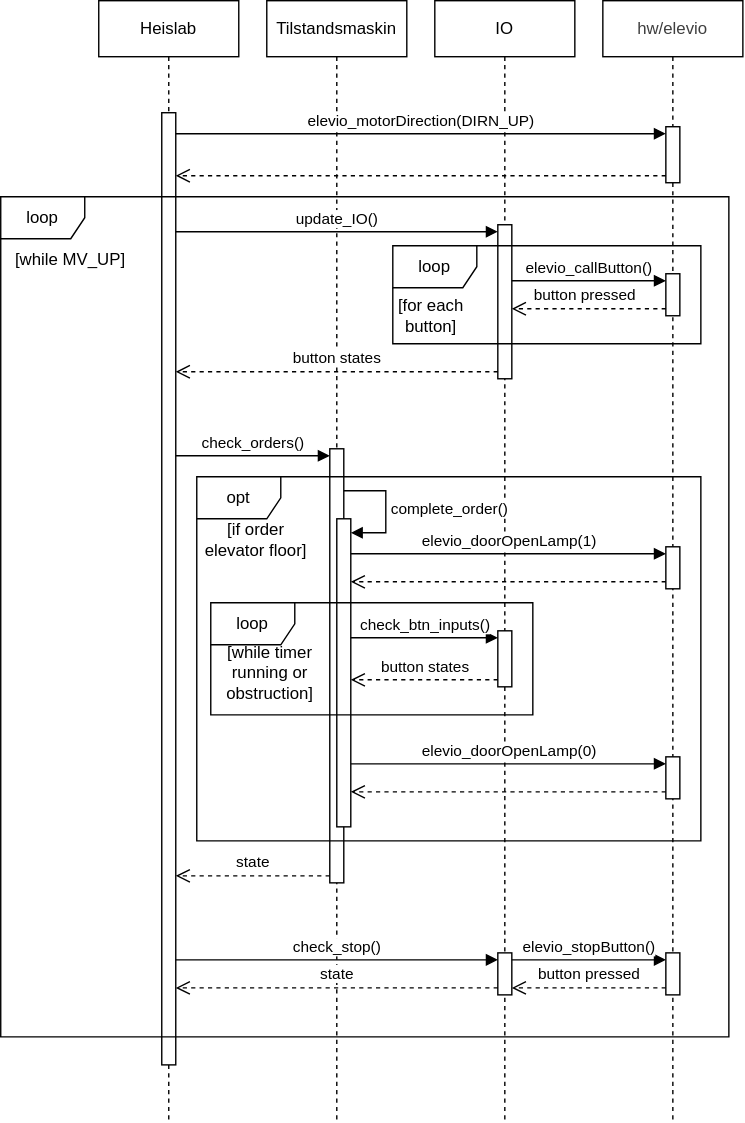
This is Rapport/media/sekvens_diagram_bestilling_over.svg from Wiacer/Heislab, a draw.io export, as it was before one commit. Source tidied: cells renumbered, new cells last; positions are measured from the earlier drawing's top-left corner, leaving out a move shared by most shapes.
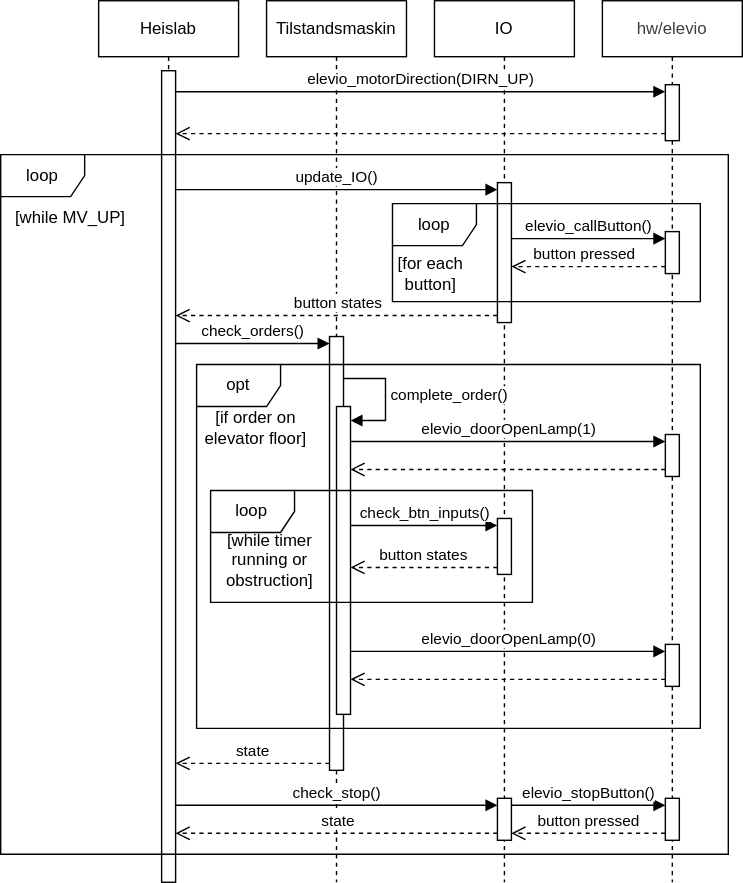
The same file after the commit.

Diff of the diagram source:
```diff
@@ -3,60 +3,96 @@
     <mxCell id="0" />
     <mxCell id="1" parent="0" />
     <mxCell id="2" value="Heislab" style="shape=umlLifeline;perimeter=lifelinePerimeter;whiteSpace=wrap;html=1;newEdgeStyle={&quot;curved&quot;:0,&quot;rounded&quot;:0};" parent="1" vertex="1">
-      <mxGeometry x="70" width="100" height="800" as="geometry" />
+      <mxGeometry x="70" width="100" height="630" as="geometry" />
     </mxCell>
     <mxCell id="3" style="html=1;points=[[0,0,0,0,5],[0,1,0,0,-5],[1,0,0,0,5],[1,1,0,0,-5]];perimeter=orthogonalPerimeter;outlineConnect=0;targetShapes=umlLifeline;portConstraint=eastwest;newEdgeStyle={&quot;curved&quot;:0,&quot;rounded&quot;:0};" parent="2" vertex="1">
-      <mxGeometry x="45" y="80" width="10" height="680" as="geometry" />
+      <mxGeometry x="45" y="50" width="10" height="580" as="geometry" />
     </mxCell>
     <mxCell id="4" value="Tilstandsmaskin" style="shape=umlLifeline;perimeter=lifelinePerimeter;whiteSpace=wrap;html=1;newEdgeStyle={&quot;curved&quot;:0,&quot;rounded&quot;:0};" parent="1" vertex="1">
-      <mxGeometry x="190" width="100" height="800" as="geometry" />
+      <mxGeometry x="190" width="100" height="630" as="geometry" />
     </mxCell>
     <mxCell id="5" style="html=1;points=[[0,0,0,0,5],[0,1,0,0,-5],[1,0,0,0,5],[1,1,0,0,-5]];perimeter=orthogonalPerimeter;outlineConnect=0;targetShapes=umlLifeline;portConstraint=eastwest;newEdgeStyle={&quot;curved&quot;:0,&quot;rounded&quot;:0};" parent="4" vertex="1">
-      <mxGeometry x="45" y="320" width="10" height="310" as="geometry" />
+      <mxGeometry x="45" y="240" width="10" height="310" as="geometry" />
     </mxCell>
     <mxCell id="6" value="check_orders()" style="html=1;verticalAlign=bottom;endArrow=block;curved=0;rounded=0;entryX=0;entryY=0;entryDx=0;entryDy=5;" parent="4" edge="1" target="5">
       <mxGeometry relative="1" as="geometry">
-        <mxPoint x="-65" y="325" as="sourcePoint" />
+        <mxPoint x="-65" y="245" as="sourcePoint" />
       </mxGeometry>
     </mxCell>
     <mxCell id="7" value="IO" style="shape=umlLifeline;perimeter=lifelinePerimeter;whiteSpace=wrap;html=1;newEdgeStyle={&quot;curved&quot;:0,&quot;rounded&quot;:0};" parent="1" vertex="1">
-      <mxGeometry x="310" width="100" height="800" as="geometry" />
+      <mxGeometry x="310" width="100" height="630" as="geometry" />
     </mxCell>
     <mxCell id="8" style="html=1;points=[[0,0,0,0,5],[0,1,0,0,-5],[1,0,0,0,5],[1,1,0,0,-5]];perimeter=orthogonalPerimeter;outlineConnect=0;targetShapes=umlLifeline;portConstraint=eastwest;newEdgeStyle={&quot;curved&quot;:0,&quot;rounded&quot;:0};" parent="7" vertex="1">
-      <mxGeometry x="45" y="450" width="10" height="40" as="geometry" />
+      <mxGeometry x="45" y="370" width="10" height="40" as="geometry" />
     </mxCell>
     <mxCell id="9" value="&lt;span style=&quot;color: rgb(63, 63, 63); scrollbar-color: rgb(226, 226, 226) rgb(251, 251, 251);&quot;&gt;hw/elevio&lt;/span&gt;" style="shape=umlLifeline;perimeter=lifelinePerimeter;whiteSpace=wrap;html=1;newEdgeStyle={&quot;curved&quot;:0,&quot;rounded&quot;:0};" parent="1" vertex="1">
-      <mxGeometry x="430" width="100" height="800" as="geometry" />
+      <mxGeometry x="430" width="100" height="630" as="geometry" />
     </mxCell>
     <mxCell id="10" style="html=1;points=[[0,0,0,0,5],[0,1,0,0,-5],[1,0,0,0,5],[1,1,0,0,-5]];perimeter=orthogonalPerimeter;outlineConnect=0;targetShapes=umlLifeline;portConstraint=eastwest;newEdgeStyle={&quot;curved&quot;:0,&quot;rounded&quot;:0};" parent="9" vertex="1">
-      <mxGeometry x="45" y="90" width="10" height="40" as="geometry" />
+      <mxGeometry x="45" y="60" width="10" height="40" as="geometry" />
     </mxCell>
     <mxCell id="11" style="html=1;verticalAlign=bottom;endArrow=open;dashed=1;endSize=8;curved=0;rounded=0;exitX=0;exitY=1;exitDx=0;exitDy=-5;" parent="9" edge="1" source="10">
       <mxGeometry relative="1" as="geometry">
-        <mxPoint x="-305" y="125" as="targetPoint" />
+        <mxPoint x="-305" y="95" as="targetPoint" />
       </mxGeometry>
     </mxCell>
     <mxCell id="12" value="elevio_motorDirection(DIRN_UP)" style="html=1;verticalAlign=bottom;endArrow=block;curved=0;rounded=0;entryX=0;entryY=0;entryDx=0;entryDy=5;" parent="9" edge="1" target="10">
       <mxGeometry relative="1" as="geometry">
-        <mxPoint x="-305" y="95" as="sourcePoint" />
+        <mxPoint x="-305" y="65" as="sourcePoint" />
       </mxGeometry>
     </mxCell>
     <mxCell id="13" style="html=1;points=[[0,0,0,0,5],[0,1,0,0,-5],[1,0,0,0,5],[1,1,0,0,-5]];perimeter=orthogonalPerimeter;outlineConnect=0;targetShapes=umlLifeline;portConstraint=eastwest;newEdgeStyle={&quot;curved&quot;:0,&quot;rounded&quot;:0};" parent="9" vertex="1">
-      <mxGeometry x="45" y="540" width="10" height="30" as="geometry" />
+      <mxGeometry x="45" y="460" width="10" height="30" as="geometry" />
     </mxCell>
+    <mxCell id="35" style="html=1;points=[[0,0,0,0,5],[0,1,0,0,-5],[1,0,0,0,5],[1,1,0,0,-5]];perimeter=orthogonalPerimeter;outlineConnect=0;targetShapes=umlLifeline;portConstraint=eastwest;newEdgeStyle={&quot;curved&quot;:0,&quot;rounded&quot;:0};" parent="9" vertex="1">
+      <mxGeometry x="-75" y="570" width="10" height="30" as="geometry" />
+    </mxCell>
+    <mxCell id="36" value="check_stop()" style="html=1;verticalAlign=bottom;endArrow=block;curved=0;rounded=0;entryX=0;entryY=0;entryDx=0;entryDy=5;" parent="9" edge="1" target="35">
+      <mxGeometry relative="1" as="geometry">
+        <mxPoint x="-305" y="575" as="sourcePoint" />
+      </mxGeometry>
+    </mxCell>
+    <mxCell id="37" style="html=1;verticalAlign=bottom;endArrow=open;dashed=1;endSize=8;curved=0;rounded=0;exitX=0;exitY=1;exitDx=0;exitDy=-5;" parent="9" edge="1" source="35">
+      <mxGeometry relative="1" as="geometry">
+        <mxPoint x="-305" y="595" as="targetPoint" />
+      </mxGeometry>
+    </mxCell>
+    <mxCell id="38" value="state" style="edgeLabel;html=1;align=center;verticalAlign=middle;" parent="37" vertex="1">
+      <mxGeometry x="-0.66" y="-1" relative="1" as="geometry">
+        <mxPoint x="-76" y="-9" as="offset" />
+      </mxGeometry>
+    </mxCell>
+    <mxCell id="39" value="elevio_stopButton()" style="html=1;verticalAlign=bottom;endArrow=block;curved=0;rounded=0;entryX=0;entryY=0;entryDx=0;entryDy=5;exitX=1;exitY=0;exitDx=0;exitDy=5;exitPerimeter=0;" parent="9" edge="1">
+      <mxGeometry relative="1" as="geometry">
+        <mxPoint x="-65" y="575" as="sourcePoint" />
+        <mxPoint x="45" y="575" as="targetPoint" />
+      </mxGeometry>
+    </mxCell>
+    <mxCell id="40" style="html=1;verticalAlign=bottom;endArrow=open;dashed=1;endSize=8;curved=0;rounded=0;exitX=0;exitY=1;exitDx=0;exitDy=-5;entryX=1;entryY=1;entryDx=0;entryDy=-5;entryPerimeter=0;" parent="9" edge="1">
+      <mxGeometry relative="1" as="geometry">
+        <mxPoint x="45" y="595" as="sourcePoint" />
+        <mxPoint x="-65" y="595" as="targetPoint" />
+      </mxGeometry>
+    </mxCell>
+    <mxCell id="41" value="button pressed" style="edgeLabel;html=1;align=center;verticalAlign=middle;" parent="40" vertex="1">
+      <mxGeometry x="0.13" y="-2" relative="1" as="geometry">
+        <mxPoint x="7" y="-8" as="offset" />
+      </mxGeometry>
+    </mxCell>
+    <mxCell id="42" style="html=1;perimeter=orthogonalPerimeter;targetShapes=umlLifeline;newEdgeStyle={&quot;curved&quot;:0,&quot;rounded&quot;:0};" parent="9" vertex="1">
+      <mxGeometry x="45" y="570" width="10" height="30" as="geometry" />
+    </mxCell>
     <mxCell id="14" style="html=1;points=[[0,0,0,0,5],[0,1,0,0,-5],[1,0,0,0,5],[1,1,0,0,-5]];perimeter=orthogonalPerimeter;outlineConnect=0;targetShapes=umlLifeline;portConstraint=eastwest;newEdgeStyle={&quot;curved&quot;:0,&quot;rounded&quot;:0};" parent="1" vertex="1">
-      <mxGeometry x="355" y="160" width="10" height="110" as="geometry" />
+      <mxGeometry x="355" y="130" width="10" height="100" as="geometry" />
     </mxCell>
     <mxCell id="15" value="loop" style="shape=umlFrame;whiteSpace=wrap;html=1;" parent="1" vertex="1">
-      <mxGeometry y="140" width="520" height="600" as="geometry" />
+      <mxGeometry y="110" width="520" height="500" as="geometry" />
     </mxCell>
     <mxCell id="16" value="[while MV_UP]" style="text;html=1;align=center;verticalAlign=middle;whiteSpace=wrap;rounded=0;" parent="1" vertex="1">
-      <mxGeometry y="170" width="100" height="30" as="geometry" />
+      <mxGeometry y="140" width="100" height="30" as="geometry" />
     </mxCell>
-    <mxCell id="17" style="html=1;verticalAlign=bottom;endArrow=open;dashed=1;endSize=8;curved=0;rounded=0;exitX=0;exitY=1;exitDx=0;exitDy=-5;" parent="1" edge="1" source="14">
-      <mxGeometry relative="1" as="geometry">
-        <mxPoint x="125" y="265" as="targetPoint" />
-      </mxGeometry>
+    <mxCell id="17" style="html=1;verticalAlign=bottom;endArrow=open;dashed=1;endSize=8;curved=0;rounded=0;exitX=0;exitY=1;exitDx=0;exitDy=-5;" parent="1" edge="1" source="14" target="3">
+      <mxGeometry relative="1" as="geometry" />
     </mxCell>
     <mxCell id="18" value="button states" style="edgeLabel;html=1;align=center;verticalAlign=middle;" parent="17" vertex="1">
       <mxGeometry x="-0.19" y="-2" relative="1" as="geometry">
@@ -65,11 +101,11 @@
     </mxCell>
     <mxCell id="19" value="update_IO()" style="html=1;verticalAlign=bottom;endArrow=block;curved=0;rounded=0;entryX=0;entryY=0;entryDx=0;entryDy=5;" parent="1" edge="1" target="14">
       <mxGeometry relative="1" as="geometry">
-        <mxPoint x="125" y="165" as="sourcePoint" />
+        <mxPoint x="125" y="135" as="sourcePoint" />
       </mxGeometry>
     </mxCell>
     <mxCell id="20" style="html=1;points=[[0,0,0,0,5],[0,1,0,0,-5],[1,0,0,0,5],[1,1,0,0,-5]];perimeter=orthogonalPerimeter;outlineConnect=0;targetShapes=umlLifeline;portConstraint=eastwest;newEdgeStyle={&quot;curved&quot;:0,&quot;rounded&quot;:0};" parent="1" vertex="1">
-      <mxGeometry x="475" y="195" width="10" height="30" as="geometry" />
+      <mxGeometry x="475" y="165" width="10" height="30" as="geometry" />
     </mxCell>
     <mxCell id="21" value="elevio_callButton()" style="html=1;verticalAlign=bottom;endArrow=block;curved=0;rounded=0;entryX=0;entryY=0;entryDx=0;entryDy=5;" parent="1" edge="1" source="14" target="20">
       <mxGeometry relative="1" as="geometry" />
@@ -83,13 +119,15 @@
       </mxGeometry>
     </mxCell>
     <mxCell id="24" value="loop" style="shape=umlFrame;whiteSpace=wrap;html=1;" parent="1" vertex="1">
-      <mxGeometry x="280" y="175" width="220" height="70" as="geometry" />
+      <mxGeometry x="280" y="145" width="220" height="70" as="geometry" />
     </mxCell>
     <mxCell id="25" value="[for each&lt;div&gt;button]&lt;/div&gt;" style="text;html=1;align=center;verticalAlign=middle;whiteSpace=wrap;rounded=0;" parent="1" vertex="1">
-      <mxGeometry x="280" y="210" width="55" height="30" as="geometry" />
+      <mxGeometry x="280" y="180" width="55" height="30" as="geometry" />
     </mxCell>
-    <mxCell id="26" style="html=1;verticalAlign=bottom;endArrow=open;dashed=1;endSize=8;curved=0;rounded=0;exitX=0;exitY=1;exitDx=0;exitDy=-5;" parent="1" edge="1" source="5" target="3">
-      <mxGeometry relative="1" as="geometry" />
+    <mxCell id="26" style="html=1;verticalAlign=bottom;endArrow=open;dashed=1;endSize=8;curved=0;rounded=0;exitX=0;exitY=1;exitDx=0;exitDy=-5;" parent="1" edge="1" source="5">
+      <mxGeometry relative="1" as="geometry">
+        <mxPoint x="125" y="545" as="targetPoint" />
+      </mxGeometry>
     </mxCell>
     <mxCell id="27" value="state" style="edgeLabel;html=1;align=center;verticalAlign=middle;" parent="26" vertex="1">
       <mxGeometry x="0.04" y="1" relative="1" as="geometry">
@@ -97,24 +135,24 @@
       </mxGeometry>
     </mxCell>
     <mxCell id="28" value="opt" style="shape=umlFrame;whiteSpace=wrap;html=1;" parent="1" vertex="1">
-      <mxGeometry x="140" y="340" width="360" height="260" as="geometry" />
+      <mxGeometry x="140" y="260" width="360" height="260" as="geometry" />
     </mxCell>
-    <mxCell id="29" value="[if order elevator floor]" style="text;html=1;align=center;verticalAlign=middle;whiteSpace=wrap;rounded=0;" parent="1" vertex="1">
-      <mxGeometry x="140" y="370" width="85" height="30" as="geometry" />
+    <mxCell id="29" value="[if order on elevator floor]" style="text;html=1;align=center;verticalAlign=middle;whiteSpace=wrap;rounded=0;" parent="1" vertex="1">
+      <mxGeometry x="140" y="290" width="85" height="30" as="geometry" />
     </mxCell>
     <mxCell id="30" style="html=1;points=[[0,0,0,0,5],[0,1,0,0,-5],[1,0,0,0,5],[1,1,0,0,-5]];perimeter=orthogonalPerimeter;outlineConnect=0;targetShapes=umlLifeline;portConstraint=eastwest;newEdgeStyle={&quot;curved&quot;:0,&quot;rounded&quot;:0};" parent="1" vertex="1">
-      <mxGeometry x="240" y="370" width="10" height="220" as="geometry" />
+      <mxGeometry x="240" y="290" width="10" height="220" as="geometry" />
     </mxCell>
     <mxCell id="31" value="complete_order()" style="html=1;align=left;spacingLeft=2;endArrow=block;rounded=0;edgeStyle=orthogonalEdgeStyle;curved=0;rounded=0;" parent="1" edge="1" target="30">
       <mxGeometry relative="1" as="geometry">
-        <mxPoint x="245" y="350" as="sourcePoint" />
+        <mxPoint x="245" y="270" as="sourcePoint" />
         <Array as="points">
-          <mxPoint x="275" y="380" />
+          <mxPoint x="275" y="300" />
         </Array>
       </mxGeometry>
     </mxCell>
     <mxCell id="32" style="html=1;points=[[0,0,0,0,5],[0,1,0,0,-5],[1,0,0,0,5],[1,1,0,0,-5]];perimeter=orthogonalPerimeter;outlineConnect=0;targetShapes=umlLifeline;portConstraint=eastwest;newEdgeStyle={&quot;curved&quot;:0,&quot;rounded&quot;:0};" parent="1" vertex="1">
-      <mxGeometry x="475" y="390" width="10" height="30" as="geometry" />
+      <mxGeometry x="475" y="310" width="10" height="30" as="geometry" />
     </mxCell>
     <mxCell id="33" value="&lt;span style=&quot;color: rgb(0, 0, 0);&quot;&gt;elevio_doorOpenLamp(1)&lt;/span&gt;" style="html=1;verticalAlign=bottom;endArrow=block;curved=0;rounded=0;entryX=0;entryY=0;entryDx=0;entryDy=5;" parent="1" edge="1" source="30" target="32">
       <mxGeometry relative="1" as="geometry" />
@@ -122,44 +160,6 @@
     <mxCell id="34" style="html=1;verticalAlign=bottom;endArrow=open;dashed=1;endSize=8;curved=0;rounded=0;exitX=0;exitY=1;exitDx=0;exitDy=-5;" parent="1" edge="1" source="32" target="30">
       <mxGeometry relative="1" as="geometry" />
     </mxCell>
-    <mxCell id="35" style="html=1;points=[[0,0,0,0,5],[0,1,0,0,-5],[1,0,0,0,5],[1,1,0,0,-5]];perimeter=orthogonalPerimeter;outlineConnect=0;targetShapes=umlLifeline;portConstraint=eastwest;newEdgeStyle={&quot;curved&quot;:0,&quot;rounded&quot;:0};" parent="1" vertex="1">
-      <mxGeometry x="355" y="680" width="10" height="30" as="geometry" />
-    </mxCell>
-    <mxCell id="36" value="check_stop()" style="html=1;verticalAlign=bottom;endArrow=block;curved=0;rounded=0;entryX=0;entryY=0;entryDx=0;entryDy=5;" parent="1" edge="1" target="35">
-      <mxGeometry relative="1" as="geometry">
-        <mxPoint x="125" y="685" as="sourcePoint" />
-      </mxGeometry>
-    </mxCell>
-    <mxCell id="37" style="html=1;verticalAlign=bottom;endArrow=open;dashed=1;endSize=8;curved=0;rounded=0;exitX=0;exitY=1;exitDx=0;exitDy=-5;" parent="1" edge="1" source="35">
-      <mxGeometry relative="1" as="geometry">
-        <mxPoint x="125" y="705" as="targetPoint" />
-      </mxGeometry>
-    </mxCell>
-    <mxCell id="38" value="state" style="edgeLabel;html=1;align=center;verticalAlign=middle;" parent="37" vertex="1">
-      <mxGeometry x="-0.66" y="-1" relative="1" as="geometry">
-        <mxPoint x="-76" y="-9" as="offset" />
-      </mxGeometry>
-    </mxCell>
-    <mxCell id="39" value="elevio_stopButton()" style="html=1;verticalAlign=bottom;endArrow=block;curved=0;rounded=0;entryX=0;entryY=0;entryDx=0;entryDy=5;exitX=1;exitY=0;exitDx=0;exitDy=5;exitPerimeter=0;" parent="1" edge="1">
-      <mxGeometry relative="1" as="geometry">
-        <mxPoint x="365" y="685" as="sourcePoint" />
-        <mxPoint x="475" y="685" as="targetPoint" />
-      </mxGeometry>
-    </mxCell>
-    <mxCell id="40" style="html=1;verticalAlign=bottom;endArrow=open;dashed=1;endSize=8;curved=0;rounded=0;exitX=0;exitY=1;exitDx=0;exitDy=-5;entryX=1;entryY=1;entryDx=0;entryDy=-5;entryPerimeter=0;" parent="1" edge="1">
-      <mxGeometry relative="1" as="geometry">
-        <mxPoint x="475" y="705" as="sourcePoint" />
-        <mxPoint x="365" y="705" as="targetPoint" />
-      </mxGeometry>
-    </mxCell>
-    <mxCell id="41" value="button pressed" style="edgeLabel;html=1;align=center;verticalAlign=middle;" parent="40" vertex="1">
-      <mxGeometry x="0.13" y="-2" relative="1" as="geometry">
-        <mxPoint x="7" y="-8" as="offset" />
-      </mxGeometry>
-    </mxCell>
-    <mxCell id="42" style="html=1;perimeter=orthogonalPerimeter;targetShapes=umlLifeline;newEdgeStyle={&quot;curved&quot;:0,&quot;rounded&quot;:0};" parent="1" vertex="1">
-      <mxGeometry x="475" y="680" width="10" height="30" as="geometry" />
-    </mxCell>
     <mxCell id="43" style="html=1;verticalAlign=bottom;endArrow=open;dashed=1;endSize=8;curved=0;rounded=0;exitX=0;exitY=1;exitDx=0;exitDy=-5;" parent="1" edge="1" source="13" target="30">
       <mxGeometry relative="1" as="geometry" />
     </mxCell>
@@ -167,10 +167,10 @@
       <mxGeometry relative="1" as="geometry" />
     </mxCell>
     <mxCell id="45" value="loop" style="shape=umlFrame;whiteSpace=wrap;html=1;" parent="1" vertex="1">
-      <mxGeometry x="150" y="430" width="230" height="80" as="geometry" />
+      <mxGeometry x="150" y="350" width="230" height="80" as="geometry" />
     </mxCell>
     <mxCell id="46" value="[while timer running or obstruction]" style="text;html=1;align=center;verticalAlign=middle;whiteSpace=wrap;rounded=0;" parent="1" vertex="1">
-      <mxGeometry x="150" y="465" width="85" height="30" as="geometry" />
+      <mxGeometry x="150" y="385" width="85" height="30" as="geometry" />
     </mxCell>
     <mxCell id="47" value="check_btn_inputs()" style="html=1;verticalAlign=bottom;endArrow=block;curved=0;rounded=0;entryX=0;entryY=0;entryDx=0;entryDy=5;" parent="1" edge="1" source="30" target="8">
       <mxGeometry relative="1" as="geometry" />
```
